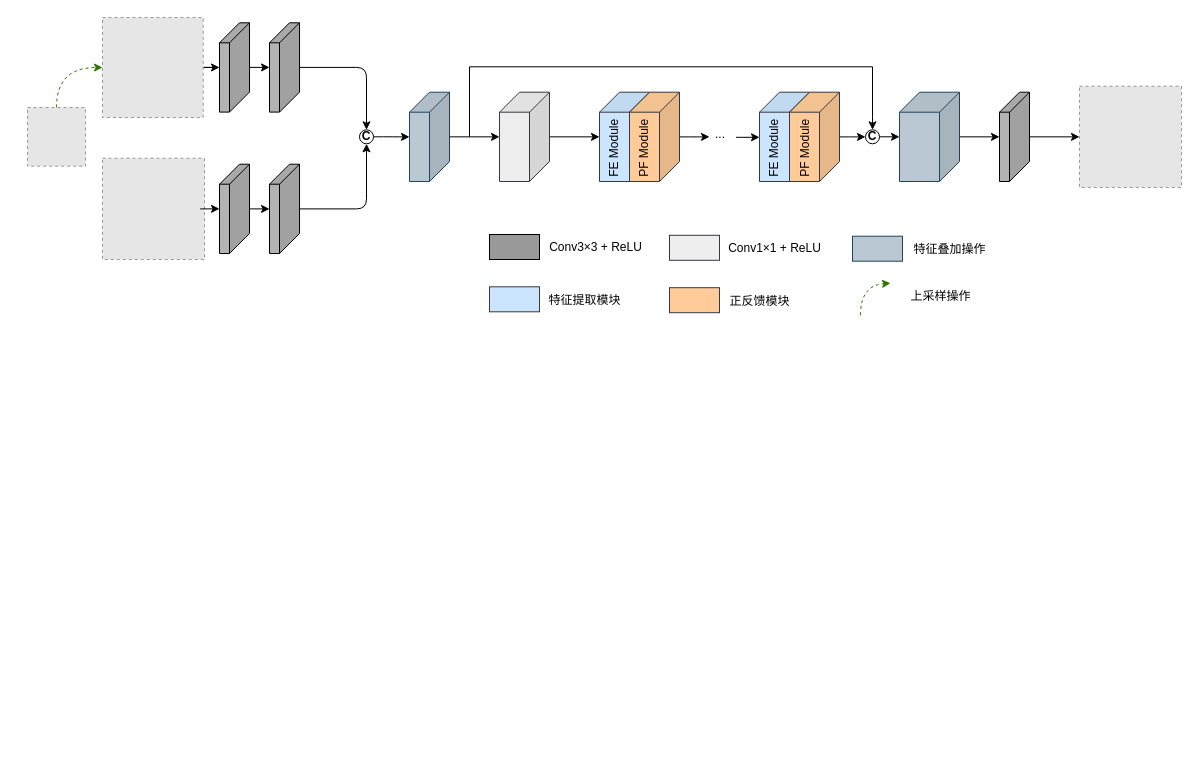
huanghef/git_learning keeps this draw.io diagram as Untitled Diagram.drawio. Above is the earlier version. Source tidied: cells renumbered, new cells numbered last; positions are measured from the earlier drawing's top-left corner, leaving out a move shared by most shapes. Both pictures are drawn from the tidied source at 100%, with x=0, y=0 at pixel (27, 17). Pictures stored in the file or linked from it are replaced by grey dashed boxes.
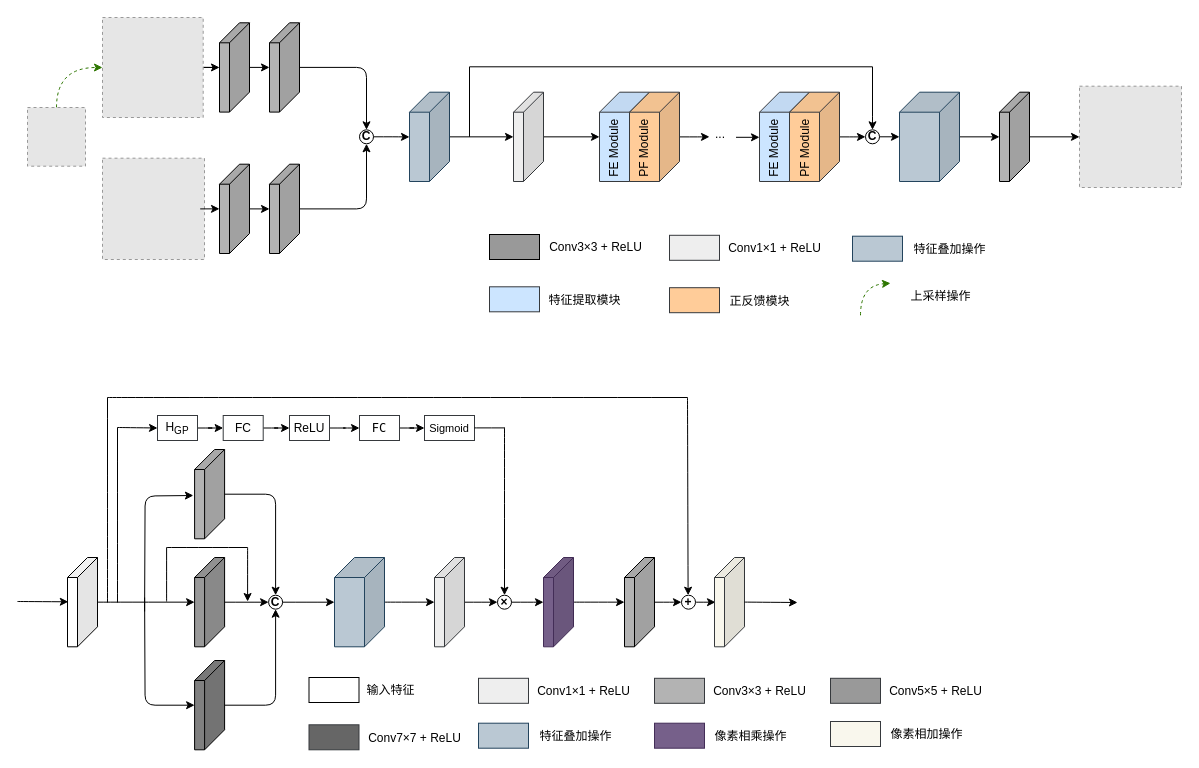
The same page after the edit.

Change to the diagram source:
```diff
@@
     <mxCell id="24" style="shape=cube;whiteSpace=wrap;html=1;boundedLbl=1;backgroundOutline=1;darkOpacity=0.05;darkOpacity2=0.1;direction=east;flipH=1;fillColor=#eeeeee;strokeColor=#36393d;" parent="1" vertex="1">
-      <mxGeometry x="472" y="74.7" width="50" height="89.3" as="geometry" />
+      <mxGeometry x="486" y="74.7" width="30" height="89.3" as="geometry" />
     </mxCell>
@@
+    <mxCell id="56" style="edgeStyle=orthogonalEdgeStyle;curved=1;jettySize=auto;html=1;" parent="1" edge="1" source="57" target="66">
+      <mxGeometry relative="1" as="geometry" />
+    </mxCell>
+    <mxCell id="57" style="shape=cube;whiteSpace=wrap;html=1;boundedLbl=1;backgroundOutline=1;darkOpacity=0.05;darkOpacity2=0.1;direction=east;flipH=1;" parent="1" vertex="1">
+      <mxGeometry x="40" y="540" width="30" height="89.3" as="geometry" />
+    </mxCell>
+    <mxCell id="58" style="endArrow=classic;html=1;curved=1;entryX=0.975;entryY=0.549;entryDx=0;entryDy=0;entryPerimeter=0;" parent="1" edge="1">
+      <mxGeometry relative="1" as="geometry">
+        <mxPoint x="-10" y="584" as="sourcePoint" />
+        <mxPoint x="40.8" y="584.3" as="targetPoint" />
+      </mxGeometry>
+    </mxCell>
+    <mxCell id="59" style="edgeStyle=orthogonalEdgeStyle;rounded=1;jettySize=auto;html=1;entryX=0.5;entryY=0;entryDx=0;entryDy=0;" parent="1" edge="1" source="61" target="68">
+      <mxGeometry relative="1" as="geometry" />
+    </mxCell>
+    <mxCell id="60" style="edgeStyle=orthogonalEdgeStyle;rounded=1;orthogonalLoop=1;jettySize=auto;html=1;startArrow=classic;startFill=1;endArrow=none;endFill=0;exitX=1.041;exitY=0.369;exitDx=0;exitDy=0;exitPerimeter=0;" parent="1" edge="1">
+      <mxGeometry relative="1" as="geometry">
+        <mxPoint x="165.9" y="478" as="sourcePoint" />
+        <mxPoint x="117.1" y="594" as="targetPoint" />
+      </mxGeometry>
+    </mxCell>
+    <mxCell id="61" style="shape=cube;whiteSpace=wrap;html=1;boundedLbl=1;backgroundOutline=1;darkOpacity=0.05;darkOpacity2=0.1;direction=east;flipH=1;fillColor=#B3B3B3;" parent="1" vertex="1">
+      <mxGeometry x="167.1" y="432" width="30" height="89.3" as="geometry" />
+    </mxCell>
+    <mxCell id="62" style="edgeStyle=orthogonalEdgeStyle;rounded=1;jettySize=auto;html=1;entryX=0.5;entryY=1;entryDx=0;entryDy=0;" parent="1" edge="1" source="64" target="68">
+      <mxGeometry relative="1" as="geometry" />
+    </mxCell>
+    <mxCell id="63" style="edgeStyle=orthogonalEdgeStyle;rounded=1;jettySize=auto;html=1;startArrow=classic;startFill=1;endArrow=none;endFill=0;" parent="1" edge="1" source="64">
+      <mxGeometry relative="1" as="geometry">
+        <mxPoint x="117.1" y="580" as="targetPoint" />
+      </mxGeometry>
+    </mxCell>
+    <mxCell id="64" style="shape=cube;whiteSpace=wrap;html=1;boundedLbl=1;backgroundOutline=1;darkOpacity=0.05;darkOpacity2=0.1;direction=east;flipH=1;fillColor=#808080;" parent="1" vertex="1">
+      <mxGeometry x="167.1" y="643" width="30" height="89.3" as="geometry" />
+    </mxCell>
+    <mxCell id="65" style="edgeStyle=orthogonalEdgeStyle;curved=1;jettySize=auto;html=1;" parent="1" edge="1" source="66" target="68">
+      <mxGeometry relative="1" as="geometry" />
+    </mxCell>
+    <mxCell id="66" style="shape=cube;whiteSpace=wrap;html=1;boundedLbl=1;backgroundOutline=1;darkOpacity=0.05;darkOpacity2=0.1;direction=east;flipH=1;fillColor=#999999;" parent="1" vertex="1">
+      <mxGeometry x="167.1" y="540" width="30" height="89.3" as="geometry" />
+    </mxCell>
+    <mxCell id="67" style="edgeStyle=orthogonalEdgeStyle;curved=1;jettySize=auto;html=1;startArrow=none;startFill=0;endArrow=classic;endFill=1;" parent="1" edge="1" source="68" target="73">
+      <mxGeometry relative="1" as="geometry" />
+    </mxCell>
+    <mxCell id="68" value="&lt;b&gt;C&lt;/b&gt;" style="ellipse;whiteSpace=wrap;html=1;strokeColor=#000000;fillColor=#FFFFFF;" parent="1" vertex="1">
+      <mxGeometry x="241.1" y="577.7" width="14" height="14" as="geometry" />
+    </mxCell>
+    <mxCell id="69" style="endArrow=classic;html=1;curved=1;" parent="1" edge="1">
+      <mxGeometry relative="1" as="geometry">
+        <mxPoint x="220.1" y="530" as="sourcePoint" />
+        <mxPoint x="220.1" y="584" as="targetPoint" />
+      </mxGeometry>
+    </mxCell>
+    <mxCell id="70" style="endArrow=none;html=1;curved=1;" parent="1" edge="1">
+      <mxGeometry relative="1" as="geometry">
+        <mxPoint x="139.1" y="530" as="sourcePoint" />
+        <mxPoint x="220.1" y="530" as="targetPoint" />
+      </mxGeometry>
+    </mxCell>
+    <mxCell id="71" style="endArrow=none;html=1;curved=1;" parent="1" edge="1">
+      <mxGeometry relative="1" as="geometry">
+        <mxPoint x="139.1" y="584" as="sourcePoint" />
+        <mxPoint x="139.1" y="530" as="targetPoint" />
+      </mxGeometry>
+    </mxCell>
+    <mxCell id="72" style="edgeStyle=orthogonalEdgeStyle;curved=1;jettySize=auto;html=1;startArrow=none;startFill=0;endArrow=classic;endFill=1;" parent="1" edge="1" source="73" target="75">
+      <mxGeometry relative="1" as="geometry" />
+    </mxCell>
+    <mxCell id="73" style="shape=cube;whiteSpace=wrap;html=1;boundedLbl=1;backgroundOutline=1;darkOpacity=0.05;darkOpacity2=0.1;direction=east;flipH=1;fillColor=#bac8d3;strokeColor=#23445d;" parent="1" vertex="1">
+      <mxGeometry x="307" y="540" width="50" height="89.3" as="geometry" />
+    </mxCell>
+    <mxCell id="74" style="edgeStyle=orthogonalEdgeStyle;curved=1;jettySize=auto;html=1;fontFamily=Helvetica;fontSize=11;startArrow=none;startFill=0;endArrow=classic;endFill=1;" parent="1" edge="1" source="75" target="89">
+      <mxGeometry relative="1" as="geometry" />
+    </mxCell>
+    <mxCell id="75" style="shape=cube;whiteSpace=wrap;html=1;boundedLbl=1;backgroundOutline=1;darkOpacity=0.05;darkOpacity2=0.1;direction=east;flipH=1;fillColor=#eeeeee;strokeColor=#36393d;" parent="1" vertex="1">
+      <mxGeometry x="407" y="540" width="30" height="89.3" as="geometry" />
+    </mxCell>
+    <mxCell id="76" style="endArrow=none;html=1;curved=1;" parent="1" edge="1">
+      <mxGeometry relative="1" as="geometry">
+        <mxPoint x="90" y="585" as="sourcePoint" />
+        <mxPoint x="90" y="410" as="targetPoint" />
+        <Array as="points">
+          <mxPoint x="90" y="555" />
+        </Array>
+      </mxGeometry>
+    </mxCell>
+    <mxCell id="77" style="endArrow=classic;html=1;curved=1;endFill=1;entryX=0;entryY=0.5;entryDx=0;entryDy=0;" parent="1" edge="1" target="79">
+      <mxGeometry relative="1" as="geometry">
+        <mxPoint x="90" y="410" as="sourcePoint" />
+      </mxGeometry>
+    </mxCell>
+    <mxCell id="78" style="edgeStyle=orthogonalEdgeStyle;curved=1;jettySize=auto;html=1;fontFamily=Lucida Console;startArrow=none;startFill=0;endArrow=classic;endFill=1;" parent="1" edge="1" source="79" target="81">
+      <mxGeometry relative="1" as="geometry" />
+    </mxCell>
+    <mxCell id="79" value="H&lt;sub&gt;GP&lt;/sub&gt;" style="rounded=0;whiteSpace=wrap;html=1;strokeColor=#36393d;fillColor=#FFFFFF;" parent="1" vertex="1">
+      <mxGeometry x="130" y="398" width="40" height="25" as="geometry" />
+    </mxCell>
+    <mxCell id="80" style="edgeStyle=orthogonalEdgeStyle;curved=1;jettySize=auto;html=1;fontFamily=Lucida Console;startArrow=none;startFill=0;endArrow=classic;endFill=1;" parent="1" edge="1" source="81" target="83">
+      <mxGeometry relative="1" as="geometry" />
+    </mxCell>
+    <mxCell id="81" value="FC" style="rounded=0;whiteSpace=wrap;html=1;strokeColor=#36393d;fillColor=#FFFFFF;" parent="1" vertex="1">
+      <mxGeometry x="195.7" y="398" width="40" height="25" as="geometry" />
+    </mxCell>
+    <mxCell id="82" style="edgeStyle=orthogonalEdgeStyle;curved=1;jettySize=auto;html=1;fontFamily=Lucida Console;startArrow=none;startFill=0;endArrow=classic;endFill=1;" parent="1" edge="1" source="83" target="85">
+      <mxGeometry relative="1" as="geometry" />
+    </mxCell>
+    <mxCell id="83" value="ReLU" style="rounded=0;whiteSpace=wrap;html=1;strokeColor=#36393d;fillColor=#FFFFFF;" parent="1" vertex="1">
+      <mxGeometry x="262" y="398" width="40" height="25" as="geometry" />
+    </mxCell>
+    <mxCell id="84" style="edgeStyle=orthogonalEdgeStyle;curved=1;jettySize=auto;html=1;fontFamily=Lucida Console;startArrow=none;startFill=0;endArrow=classic;endFill=1;" parent="1" edge="1" source="85" target="86">
+      <mxGeometry relative="1" as="geometry" />
+    </mxCell>
+    <mxCell id="85" value="&lt;font face=&quot;Lucida Console&quot;&gt;FC&lt;/font&gt;" style="rounded=0;whiteSpace=wrap;html=1;strokeColor=#36393d;fillColor=#FFFFFF;" parent="1" vertex="1">
+      <mxGeometry x="332" y="398" width="40" height="25" as="geometry" />
+    </mxCell>
+    <mxCell id="86" value="&lt;font style=&quot;font-size: 11px&quot;&gt;Sigmoid&lt;/font&gt;" style="rounded=0;whiteSpace=wrap;html=1;strokeColor=#36393d;fillColor=#FFFFFF;" parent="1" vertex="1">
+      <mxGeometry x="397" y="398" width="50" height="25" as="geometry" />
+    </mxCell>
+    <mxCell id="87" style="endArrow=none;html=1;fontFamily=Helvetica;fontSize=11;curved=1;" parent="1" edge="1">
+      <mxGeometry relative="1" as="geometry">
+        <mxPoint x="447" y="410.4" as="sourcePoint" />
+        <mxPoint x="477" y="410.4" as="targetPoint" />
+      </mxGeometry>
+    </mxCell>
+    <mxCell id="88" style="edgeStyle=orthogonalEdgeStyle;curved=1;jettySize=auto;html=1;fontFamily=Helvetica;fontSize=11;startArrow=none;startFill=0;endArrow=classic;endFill=1;" parent="1" edge="1" source="89" target="92">
+      <mxGeometry relative="1" as="geometry" />
+    </mxCell>
+    <mxCell id="89" value="&lt;b&gt;×&lt;/b&gt;" style="ellipse;whiteSpace=wrap;html=1;strokeColor=#000000;fillColor=#FFFFFF;" parent="1" vertex="1">
+      <mxGeometry x="470" y="577.7" width="14" height="14" as="geometry" />
+    </mxCell>
+    <mxCell id="90" style="endArrow=classic;html=1;fontFamily=Helvetica;fontSize=11;curved=1;entryX=0.5;entryY=0;entryDx=0;entryDy=0;" parent="1" edge="1" target="89">
+      <mxGeometry relative="1" as="geometry">
+        <mxPoint x="477" y="410" as="sourcePoint" />
+      </mxGeometry>
+    </mxCell>
+    <mxCell id="91" style="edgeStyle=orthogonalEdgeStyle;curved=1;jettySize=auto;html=1;fontFamily=Helvetica;fontSize=11;startArrow=none;startFill=0;endArrow=classic;endFill=1;" parent="1" edge="1" source="92" target="94">
+      <mxGeometry relative="1" as="geometry" />
+    </mxCell>
+    <mxCell id="92" style="shape=cube;whiteSpace=wrap;html=1;boundedLbl=1;backgroundOutline=1;darkOpacity=0.05;darkOpacity2=0.1;direction=east;flipH=1;fillColor=#76608a;strokeColor=#432D57;fontColor=#ffffff;" parent="1" vertex="1">
+      <mxGeometry x="516" y="540" width="30" height="89.3" as="geometry" />
+    </mxCell>
+    <mxCell id="93" style="edgeStyle=orthogonalEdgeStyle;curved=1;jettySize=auto;html=1;fontFamily=Helvetica;fontSize=11;startArrow=none;startFill=0;endArrow=classic;endFill=1;" parent="1" edge="1" source="94" target="98">
+      <mxGeometry relative="1" as="geometry" />
+    </mxCell>
+    <mxCell id="94" style="shape=cube;whiteSpace=wrap;html=1;boundedLbl=1;backgroundOutline=1;darkOpacity=0.05;darkOpacity2=0.1;direction=east;flipH=1;fillColor=#B3B3B3;" parent="1" vertex="1">
+      <mxGeometry x="597" y="540" width="30" height="89.3" as="geometry" />
+    </mxCell>
+    <mxCell id="95" style="endArrow=none;html=1;curved=1;" parent="1" edge="1">
+      <mxGeometry relative="1" as="geometry">
+        <mxPoint x="80" y="585" as="sourcePoint" />
+        <mxPoint x="80" y="380" as="targetPoint" />
+        <Array as="points">
+          <mxPoint x="80" y="555" />
+        </Array>
+      </mxGeometry>
+    </mxCell>
+    <mxCell id="96" style="endArrow=none;html=1;fontFamily=Helvetica;fontSize=11;curved=1;" parent="1" edge="1">
+      <mxGeometry relative="1" as="geometry">
+        <mxPoint x="80" y="380" as="sourcePoint" />
+        <mxPoint x="660" y="380" as="targetPoint" />
+      </mxGeometry>
+    </mxCell>
+    <mxCell id="97" style="edgeStyle=orthogonalEdgeStyle;curved=1;jettySize=auto;html=1;fontFamily=Helvetica;fontSize=11;startArrow=none;startFill=0;endArrow=classic;endFill=1;" parent="1" edge="1" source="98" target="100">
+      <mxGeometry relative="1" as="geometry" />
+    </mxCell>
+    <mxCell id="98" value="&lt;b&gt;+&lt;/b&gt;" style="ellipse;whiteSpace=wrap;html=1;strokeColor=#000000;fillColor=#FFFFFF;" parent="1" vertex="1">
+      <mxGeometry x="654" y="577.7" width="14" height="14" as="geometry" />
+    </mxCell>
+    <mxCell id="99" style="endArrow=classic;html=1;fontFamily=Helvetica;fontSize=11;curved=1;" parent="1" edge="1">
+      <mxGeometry relative="1" as="geometry">
+        <mxPoint x="660" y="380" as="sourcePoint" />
+        <mxPoint x="660.6" y="577.7" as="targetPoint" />
+      </mxGeometry>
+    </mxCell>
+    <mxCell id="100" style="shape=cube;whiteSpace=wrap;html=1;boundedLbl=1;backgroundOutline=1;darkOpacity=0.05;darkOpacity2=0.1;direction=east;flipH=1;fillColor=#f9f7ed;strokeColor=#36393d;" parent="1" vertex="1">
+      <mxGeometry x="687" y="540" width="30" height="89.3" as="geometry" />
+    </mxCell>
+    <mxCell id="101" style="endArrow=classic;html=1;curved=1;" parent="1" edge="1">
+      <mxGeometry relative="1" as="geometry">
+        <mxPoint x="717" y="584.6" as="sourcePoint" />
+        <mxPoint x="770" y="585" as="targetPoint" />
+      </mxGeometry>
+    </mxCell>
+    <mxCell id="102" style="rounded=0;whiteSpace=wrap;html=1;" parent="1" vertex="1">
+      <mxGeometry x="281.5" y="660" width="50" height="25" as="geometry" />
+    </mxCell>
+    <mxCell id="103" value="输入特征" style="text;html=1;align=center;verticalAlign=middle;strokeColor=none;fillColor=none;" parent="1" vertex="1">
+      <mxGeometry x="333" y="663.3" width="60" height="20" as="geometry" />
+    </mxCell>
+    <mxCell id="104" style="rounded=0;whiteSpace=wrap;html=1;strokeColor=#36393d;fillColor=#eeeeee;" parent="1" vertex="1">
+      <mxGeometry x="451" y="660.8" width="50" height="25" as="geometry" />
+    </mxCell>
+    <mxCell id="105" value="Conv1×1 + ReLU" style="text;html=1;align=center;verticalAlign=middle;strokeColor=none;fillColor=none;" parent="1" vertex="1">
+      <mxGeometry x="501" y="664.1" width="110" height="20" as="geometry" />
+    </mxCell>
+    <mxCell id="106" style="rounded=0;whiteSpace=wrap;html=1;strokeColor=#23445d;fillColor=#bac8d3;" parent="1" vertex="1">
+      <mxGeometry x="451" y="705.7" width="50" height="25" as="geometry" />
+    </mxCell>
+    <mxCell id="107" value="特征叠加操作" style="text;html=1;align=center;verticalAlign=middle;strokeColor=none;fillColor=none;" parent="1" vertex="1">
+      <mxGeometry x="503" y="709" width="90" height="20" as="geometry" />
+    </mxCell>
+    <mxCell id="108" style="rounded=0;whiteSpace=wrap;html=1;strokeColor=#36393d;fillColor=#B3B3B3;" parent="1" vertex="1">
+      <mxGeometry x="627" y="660.8" width="50" height="25" as="geometry" />
+    </mxCell>
+    <mxCell id="109" value="Conv3×3 + ReLU" style="text;html=1;align=center;verticalAlign=middle;strokeColor=none;fillColor=none;" parent="1" vertex="1">
+      <mxGeometry x="677" y="664.1" width="110" height="20" as="geometry" />
+    </mxCell>
+    <mxCell id="110" style="rounded=0;whiteSpace=wrap;html=1;strokeColor=#36393d;fillColor=#999999;" parent="1" vertex="1">
+      <mxGeometry x="803" y="660.8" width="50" height="25" as="geometry" />
+    </mxCell>
+    <mxCell id="111" value="Conv5×5 + ReLU" style="text;html=1;align=center;verticalAlign=middle;strokeColor=none;fillColor=none;" parent="1" vertex="1">
+      <mxGeometry x="853" y="664.1" width="110" height="20" as="geometry" />
+    </mxCell>
+    <mxCell id="112" style="rounded=0;whiteSpace=wrap;html=1;strokeColor=#36393d;fillColor=#666666;" parent="1" vertex="1">
+      <mxGeometry x="281.5" y="707.3" width="50" height="25" as="geometry" />
+    </mxCell>
+    <mxCell id="113" value="Conv7×7 + ReLU" style="text;html=1;align=center;verticalAlign=middle;strokeColor=none;fillColor=none;" parent="1" vertex="1">
+      <mxGeometry x="331.5" y="710.7" width="110" height="20" as="geometry" />
+    </mxCell>
+    <mxCell id="114" style="rounded=0;whiteSpace=wrap;html=1;strokeColor=#432D57;fillColor=#76608a;fontColor=#ffffff;" parent="1" vertex="1">
+      <mxGeometry x="627" y="705.7" width="50" height="25" as="geometry" />
+    </mxCell>
+    <mxCell id="115" value="像素相乘操作" style="text;html=1;align=center;verticalAlign=middle;strokeColor=none;fillColor=none;" parent="1" vertex="1">
+      <mxGeometry x="678" y="709" width="90" height="20" as="geometry" />
+    </mxCell>
+    <mxCell id="116" style="rounded=0;whiteSpace=wrap;html=1;strokeColor=#36393d;fillColor=#f9f7ed;" parent="1" vertex="1">
+      <mxGeometry x="803" y="704" width="50" height="25" as="geometry" />
+    </mxCell>
+    <mxCell id="117" value="像素相加操作" style="text;html=1;align=center;verticalAlign=middle;strokeColor=none;fillColor=none;" parent="1" vertex="1">
+      <mxGeometry x="854" y="707.3" width="90" height="20" as="geometry" />
+    </mxCell>
```
